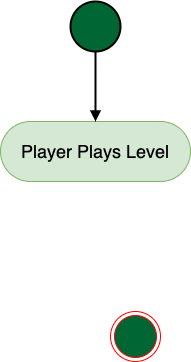
This is Communicating Architecture/UML Activity Diagram/Activity Diagram Example.png from smitbmx/Architecture-Diagrams, a draw.io export, as it was before one commit. Source tidied: cells renumbered, new cells last; positions are measured from the earlier drawing's top-left corner, leaving out a move shared by most shapes. Source of this version:
```xml
<mxGraphModel>
  <root>
    <mxCell id="0" />
    <mxCell id="1" parent="0" />
    <mxCell id="2" style="strokeWidth=2;html=1;shape=mxgraph.flowchart.start_2;whiteSpace=wrap;fillColor=#006633;" parent="1" vertex="1">
      <mxGeometry x="70" width="50" height="50" as="geometry" />
    </mxCell>
    <mxCell id="3" style="ellipse;html=1;shape=endState;strokeColor=#ff0000;labelBackgroundColor=none;fillColor=#006633;" parent="1" vertex="1">
      <mxGeometry x="110" y="310" width="50" height="50" as="geometry" />
    </mxCell>
    <mxCell id="4" value="Player Plays Level" style="rounded=1;whiteSpace=wrap;html=1;fontSize=18;strokeWidth=1;fillColor=#d5e8d4;strokeColor=#82b366;arcSize=50;" parent="1" vertex="1">
      <mxGeometry y="120" width="190" height="60" as="geometry" />
    </mxCell>
    <mxCell id="5" style="endArrow=block;html=1;exitX=0.5;exitY=1;exitDx=0;exitDy=0;exitPerimeter=0;strokeWidth=2;endFill=1;" parent="1" edge="1" source="2" target="4">
      <mxGeometry relative="1" as="geometry" />
    </mxCell>
  </root>
</mxGraphModel>
```
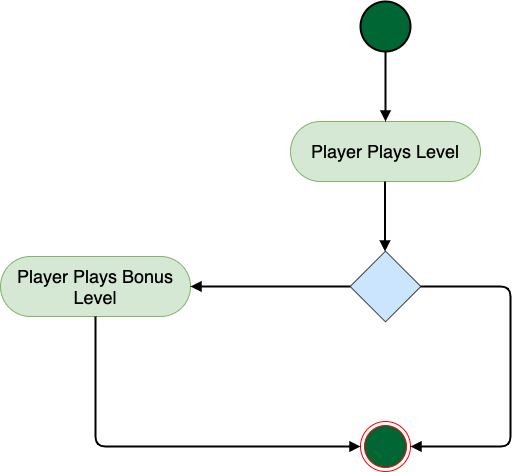
The same diagram one commit later.

The edit, as a diff of the source:
```diff
@@ -6,7 +6,7 @@
       <mxGeometry x="70" width="50" height="50" as="geometry" />
     </mxCell>
     <mxCell id="3" style="ellipse;html=1;shape=endState;strokeColor=#ff0000;labelBackgroundColor=none;fillColor=#006633;" parent="1" vertex="1">
-      <mxGeometry x="110" y="310" width="50" height="50" as="geometry" />
+      <mxGeometry x="70" y="420" width="50" height="50" as="geometry" />
     </mxCell>
     <mxCell id="4" value="Player Plays Level" style="rounded=1;whiteSpace=wrap;html=1;fontSize=18;strokeWidth=1;fillColor=#d5e8d4;strokeColor=#82b366;arcSize=50;" parent="1" vertex="1">
       <mxGeometry y="120" width="190" height="60" as="geometry" />
@@ -14,5 +14,35 @@
     <mxCell id="5" style="endArrow=block;html=1;exitX=0.5;exitY=1;exitDx=0;exitDy=0;exitPerimeter=0;strokeWidth=2;endFill=1;" parent="1" edge="1" source="2" target="4">
       <mxGeometry relative="1" as="geometry" />
     </mxCell>
+    <mxCell id="6" style="whiteSpace=wrap;html=1;rotation=45;fillColor=#cce5ff;strokeColor=#36393d;" parent="1" vertex="1">
+      <mxGeometry x="70" y="260" width="50" height="50" as="geometry" />
+    </mxCell>
+    <mxCell id="7" value="Player Plays Bonus Level" style="rounded=1;whiteSpace=wrap;html=1;fontSize=18;strokeWidth=1;fillColor=#d5e8d4;strokeColor=#82b366;arcSize=50;" parent="1" vertex="1">
+      <mxGeometry x="-290" y="255" width="190" height="60" as="geometry" />
+    </mxCell>
+    <mxCell id="8" style="endArrow=block;html=1;exitX=0.5;exitY=1;exitDx=0;exitDy=0;exitPerimeter=0;strokeWidth=2;endFill=1;" parent="1" edge="1">
+      <mxGeometry relative="1" as="geometry">
+        <mxPoint x="94.5" y="180" as="sourcePoint" />
+        <mxPoint x="94.5" y="250" as="targetPoint" />
+      </mxGeometry>
+    </mxCell>
+    <mxCell id="9" style="endArrow=block;html=1;exitX=0;exitY=1;exitDx=0;exitDy=0;strokeWidth=2;endFill=1;entryX=1;entryY=0.5;entryDx=0;entryDy=0;" parent="1" edge="1" source="6" target="7">
+      <mxGeometry relative="1" as="geometry" />
+    </mxCell>
+    <mxCell id="10" style="endArrow=block;html=1;exitX=0.5;exitY=1;exitDx=0;exitDy=0;strokeWidth=2;endFill=1;entryX=0;entryY=0.5;entryDx=0;entryDy=0;" parent="1" edge="1" source="7" target="3">
+      <mxGeometry relative="1" as="geometry">
+        <Array as="points">
+          <mxPoint x="-195" y="445" />
+        </Array>
+      </mxGeometry>
+    </mxCell>
+    <mxCell id="11" style="endArrow=block;html=1;exitX=1;exitY=0;exitDx=0;exitDy=0;strokeWidth=2;endFill=1;entryX=1;entryY=0.5;entryDx=0;entryDy=0;" parent="1" edge="1" source="6" target="3">
+      <mxGeometry relative="1" as="geometry">
+        <Array as="points">
+          <mxPoint x="220" y="285" />
+          <mxPoint x="220" y="445" />
+        </Array>
+      </mxGeometry>
+    </mxCell>
   </root>
 </mxGraphModel>
```
